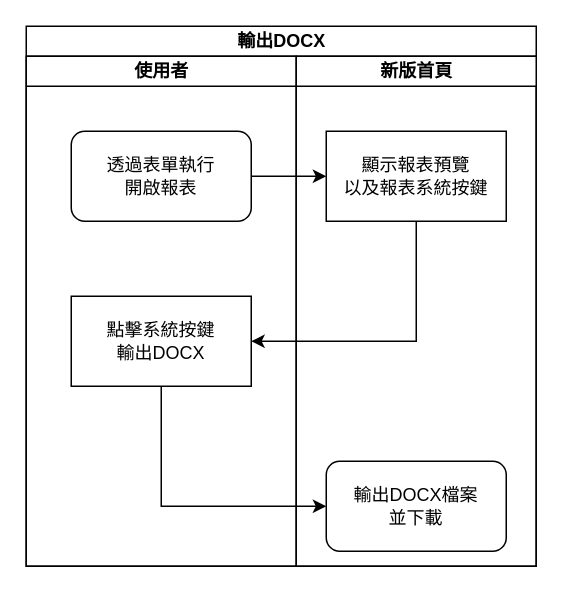
ArcareRD/sadocs keeps this draw.io diagram as page "點擊系統按鍵輸出DOCX" (5 of 6) of 8.10.0/UPDATE/ITEM_22/RTE/diagram/新版首頁.drawio. Above is the earlier version. Source tidied: cells renumbered, new cells numbered last; positions are measured from the earlier drawing's top-left corner, leaving out a move shared by most shapes. Both pictures are drawn from the tidied source at 150%, with x=0, y=0 at pixel (26, 26).
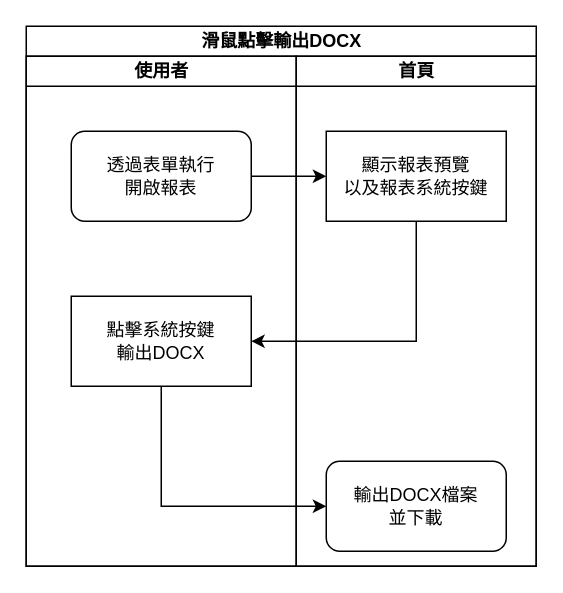
After the change.

The edit, as a diff of the source:
```diff
@@
 <mxGraphModel>
   <root>
     <mxCell id="0" />
     <mxCell id="1" parent="0" />
-    <mxCell id="2" value="輸出DOCX" style="swimlane;html=1;startSize=20;" parent="1" vertex="1">
+    <mxCell id="2" value="滑鼠點擊輸出DOCX" style="swimlane;html=1;startSize=20;" parent="1" vertex="1">
       <mxGeometry width="340" height="360" as="geometry" />
     </mxCell>
     <mxCell id="3" value="使用者" style="swimlane;html=1;startSize=20;" parent="2" vertex="1">
       <mxGeometry y="20" width="180" height="340" as="geometry" />
     </mxCell>
     <mxCell id="4" value="透過表單執行&lt;br&gt;開啟報表" style="rounded=1;whiteSpace=wrap;html=1;" parent="3" vertex="1">
       <mxGeometry x="30" y="50" width="120" height="60" as="geometry" />
     </mxCell>
     <mxCell id="5" value="點擊系統按鍵&lt;br&gt;輸出DOCX" style="whiteSpace=wrap;html=1;rounded=0;" parent="3" vertex="1">
       <mxGeometry x="30" y="160" width="120" height="60" as="geometry" />
     </mxCell>
-    <mxCell id="6" value="新版首頁" style="swimlane;html=1;startSize=20;" parent="2" vertex="1">
+    <mxCell id="6" value="首頁" style="swimlane;html=1;startSize=20;" parent="2" vertex="1">
       <mxGeometry x="180" y="20" width="160" height="340" as="geometry" />
     </mxCell>
     <mxCell id="7" value="顯示報表預覽&lt;br&gt;以及報表系統按鍵" style="rounded=0;whiteSpace=wrap;html=1;" parent="6" vertex="1">
       <mxGeometry x="20" y="50" width="120" height="60" as="geometry" />
     </mxCell>
     <mxCell id="8" value="輸出DOCX檔案&lt;br&gt;並下載" style="rounded=1;whiteSpace=wrap;html=1;" parent="6" vertex="1">
       <mxGeometry x="20" y="270" width="120" height="60" as="geometry" />
     </mxCell>
     <mxCell id="9" style="edgeStyle=orthogonalEdgeStyle;rounded=0;jettySize=auto;html=1;" parent="2" edge="1" source="4" target="7">
       <mxGeometry relative="1" as="geometry" />
     </mxCell>
     <mxCell id="10" style="edgeStyle=orthogonalEdgeStyle;rounded=0;jettySize=auto;html=1;exitX=0.5;exitY=1;exitDx=0;exitDy=0;entryX=1;entryY=0.5;entryDx=0;entryDy=0;" parent="2" edge="1" source="7" target="5">
       <mxGeometry relative="1" as="geometry" />
     </mxCell>
     <mxCell id="11" style="edgeStyle=orthogonalEdgeStyle;rounded=0;jettySize=auto;html=1;entryX=0;entryY=0.5;entryDx=0;entryDy=0;exitX=0.5;exitY=1;exitDx=0;exitDy=0;" parent="2" edge="1" source="5" target="8">
       <mxGeometry relative="1" as="geometry" />
     </mxCell>
   </root>
 </mxGraphModel>
```
